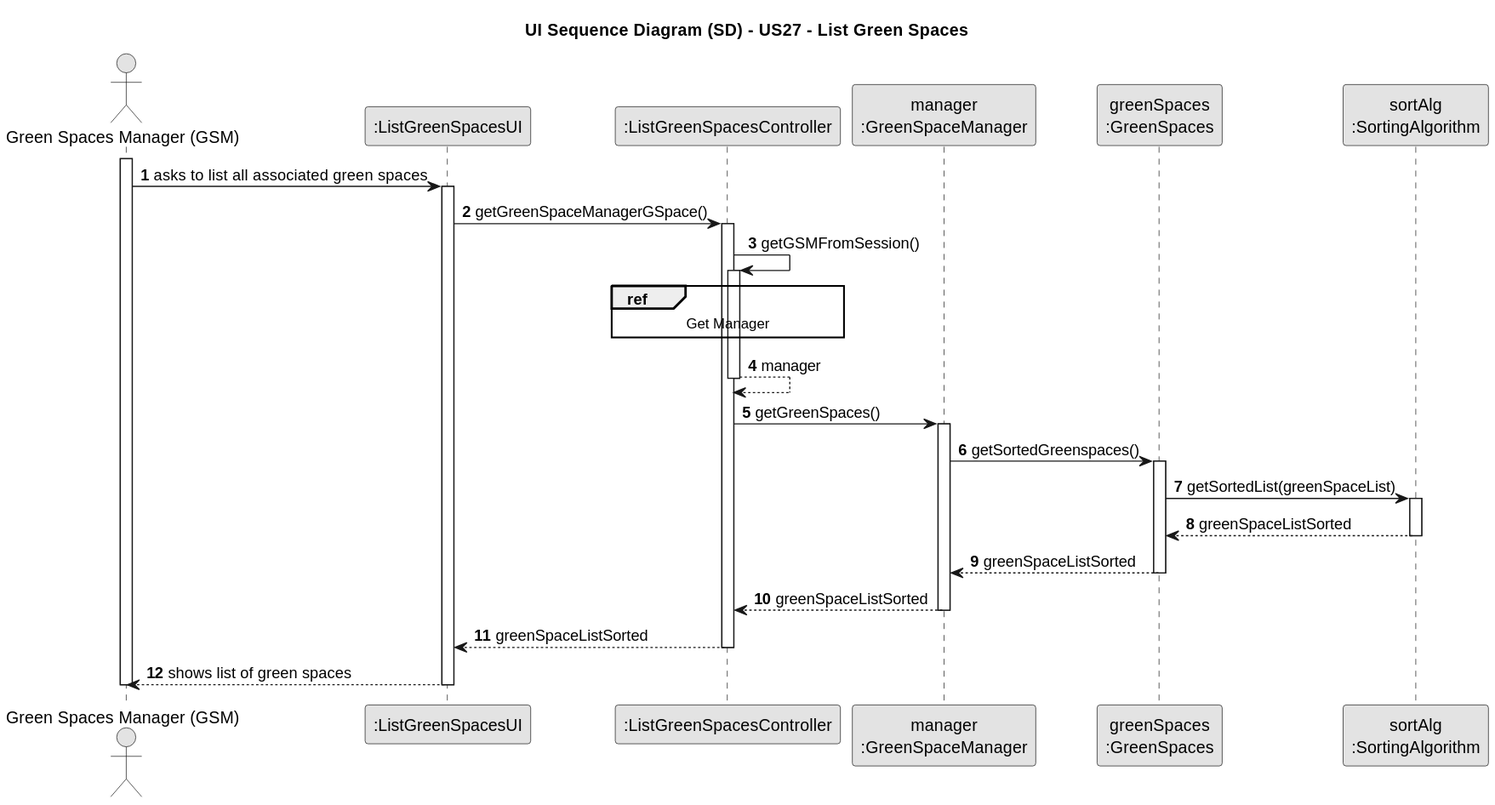
The PlantUML diagram docs/sprint3/us27/03.design/svg/us27-sequence-diagram.svg in Departamento-de-Engenharia-Informatica/lei-24-s2-1db-g022, before a commit.
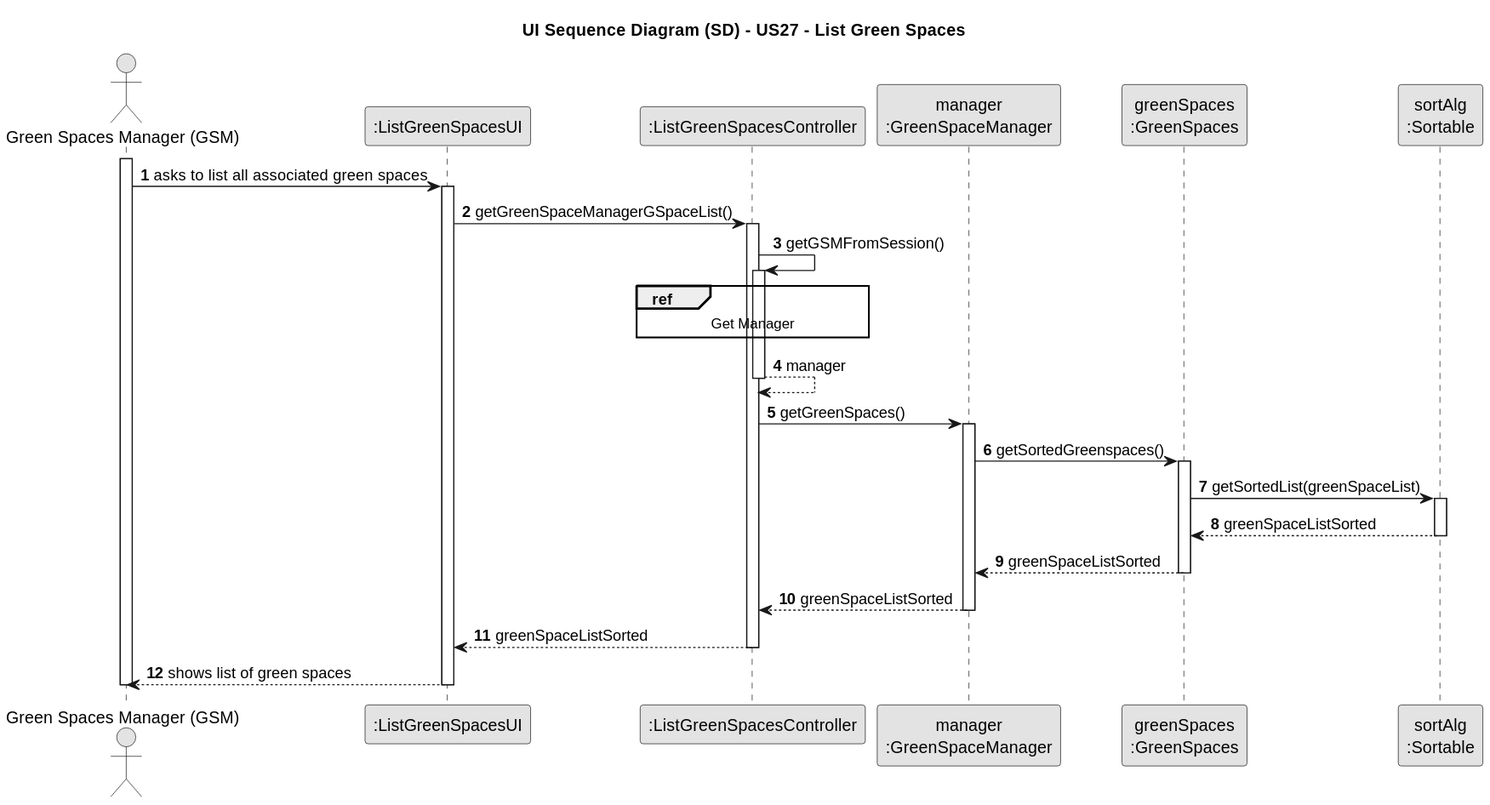
Later version of the same file.

The edit, as a diff of the source:
```diff
@@ -12,14 +12,14 @@
 participant ":ListGreenSpacesController" as CTRL
 participant "manager\n:GreenSpaceManager" as GSMO
 participant "greenSpaces\n:GreenSpaces" as GSL
-participant "sortAlg\n:SortingAlgorithm" as SA
+participant "sortAlg\n:Sortable" as SA
 
 activate GSM
 
         GSM -> UI : asks to list all associated green spaces
     activate UI
 
-        UI -> CTRL : getGreenSpaceManagerGSpace()
+        UI -> CTRL : getGreenSpaceManagerGSpaceList()
     activate CTRL
 
         CTRL -> CTRL : getGSMFromSession()
```
